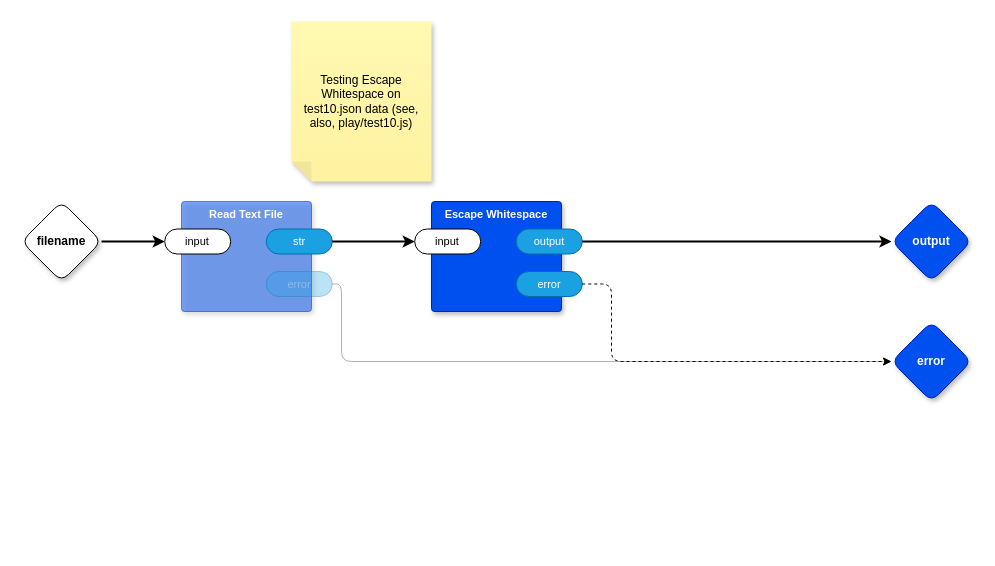
Above: page "experimental main" (2 of 14) of top.drawio in guitarvydas/kinopio2md (draw.io), before the change. Source tidied: cells renumbered, new cells numbered last; positions are measured from the earlier drawing's top-left corner, leaving out a move shared by most shapes. Both pictures are drawn from the tidied source at 100%, with x=0, y=0 at pixel (21, 21).
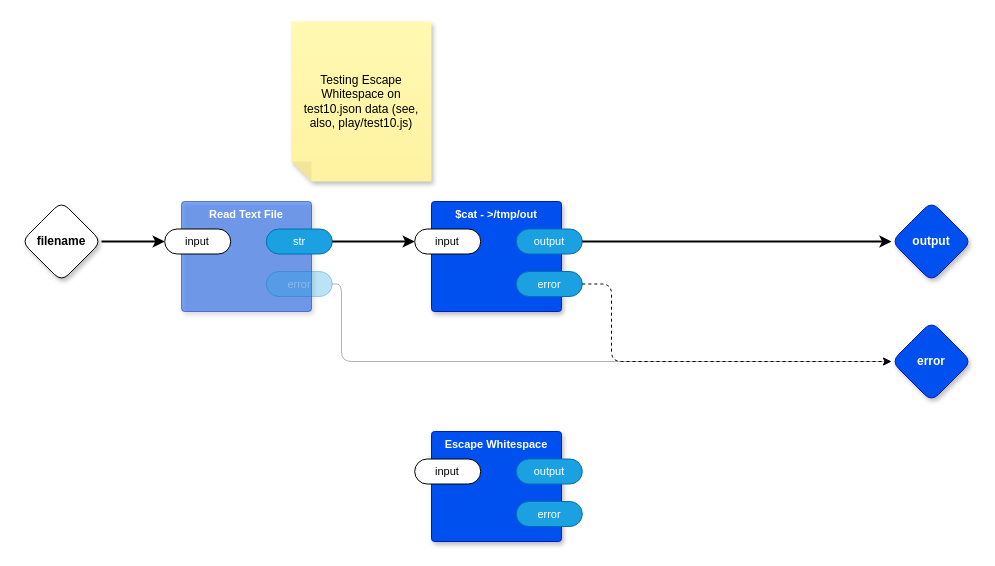
The same page after the edit.

Diff of the diagram source:
```diff
@@
-    <mxCell id="11" value="Escape Whitespace" style="rounded=1;whiteSpace=wrap;html=1;sketch=0;verticalAlign=top;arcSize=6;fontStyle=1;absoluteArcSize=1;shadow=1;strokeColor=#001DBC;fillColor=#0050ef;fontColor=#ffffff;fontFamily=Helvetica;fontSize=11;" parent="1" vertex="1">
+    <mxCell id="11" value="$cat - &amp;gt;/tmp/out" style="rounded=1;whiteSpace=wrap;html=1;sketch=0;verticalAlign=top;arcSize=6;fontStyle=1;absoluteArcSize=1;shadow=1;strokeColor=#001DBC;fillColor=#0050ef;fontColor=#ffffff;fontFamily=Helvetica;fontSize=11;" parent="1" vertex="1">
       <mxGeometry x="410" y="180" width="130" height="110" as="geometry" />
     </mxCell>
@@
+    <mxCell id="19" value="Escape Whitespace" style="rounded=1;whiteSpace=wrap;html=1;sketch=0;verticalAlign=top;arcSize=6;fontStyle=1;absoluteArcSize=1;shadow=1;strokeColor=#001DBC;fillColor=#0050ef;fontColor=#ffffff;fontFamily=Helvetica;fontSize=11;" parent="1" vertex="1">
+      <mxGeometry x="410" y="410" width="130" height="110" as="geometry" />
+    </mxCell>
+    <mxCell id="20" value="input" style="rounded=1;whiteSpace=wrap;html=1;sketch=0;arcSize=50;fontFamily=Helvetica;fontSize=11;fontColor=default;" parent="19" vertex="1">
+      <mxGeometry x="-16.8" y="27.5" width="66" height="25" as="geometry" />
+    </mxCell>
+    <mxCell id="21" value="output" style="rounded=1;whiteSpace=wrap;html=1;sketch=0;fillColor=#1ba1e2;fontColor=#ffffff;strokeColor=#006EAF;arcSize=50;fontFamily=Helvetica;fontSize=11;" parent="19" vertex="1">
+      <mxGeometry x="84.8" y="27.5" width="66" height="25" as="geometry" />
+    </mxCell>
+    <mxCell id="22" value="error" style="rounded=1;whiteSpace=wrap;html=1;sketch=0;fillColor=#1ba1e2;fontColor=#ffffff;strokeColor=#006EAF;arcSize=50;fontFamily=Helvetica;fontSize=11;" parent="19" vertex="1">
+      <mxGeometry x="84.8" y="70" width="66" height="25" as="geometry" />
+    </mxCell>
```
